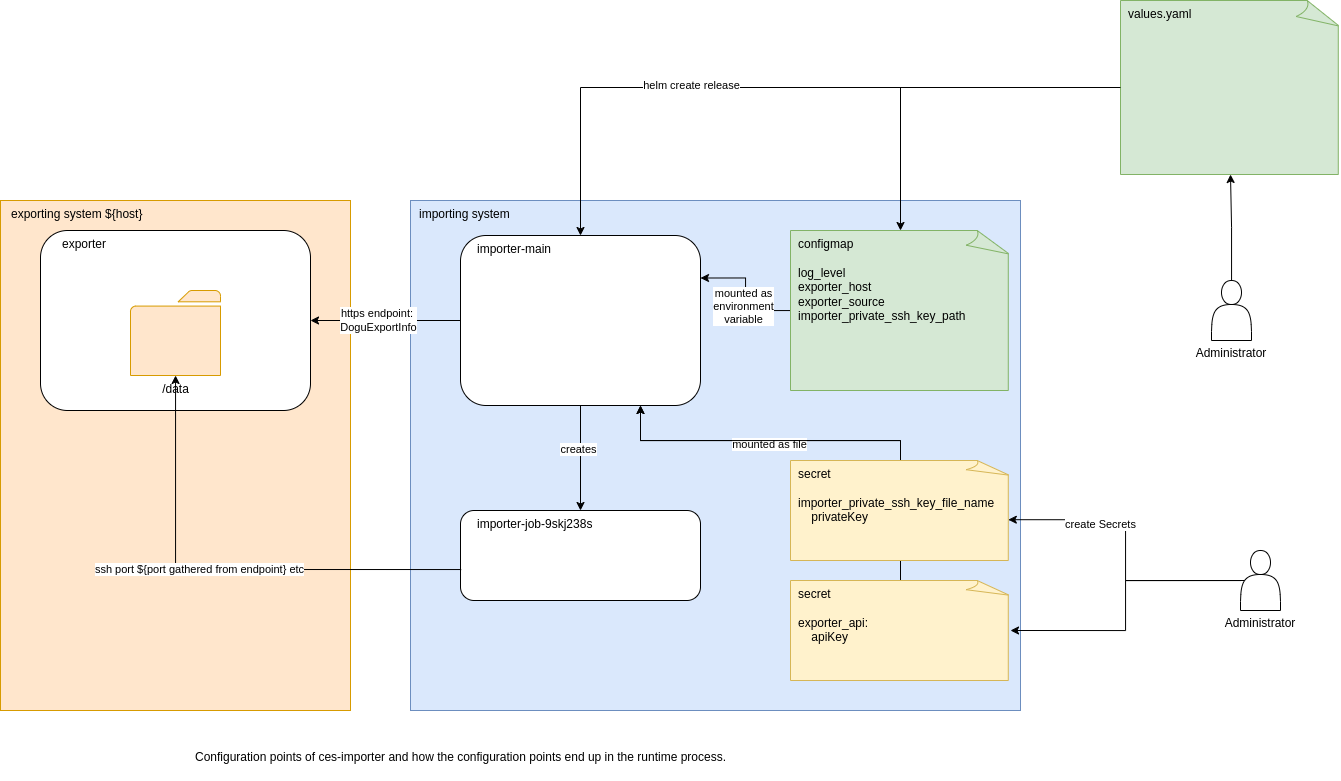
Above: docs/operations/images/ces-importer.drawio.png in cloudogu/ces-importer (draw.io), before the change. Source tidied: cells renumbered, new cells last; positions are measured from the earlier drawing's top-left corner, leaving out a move shared by most shapes.
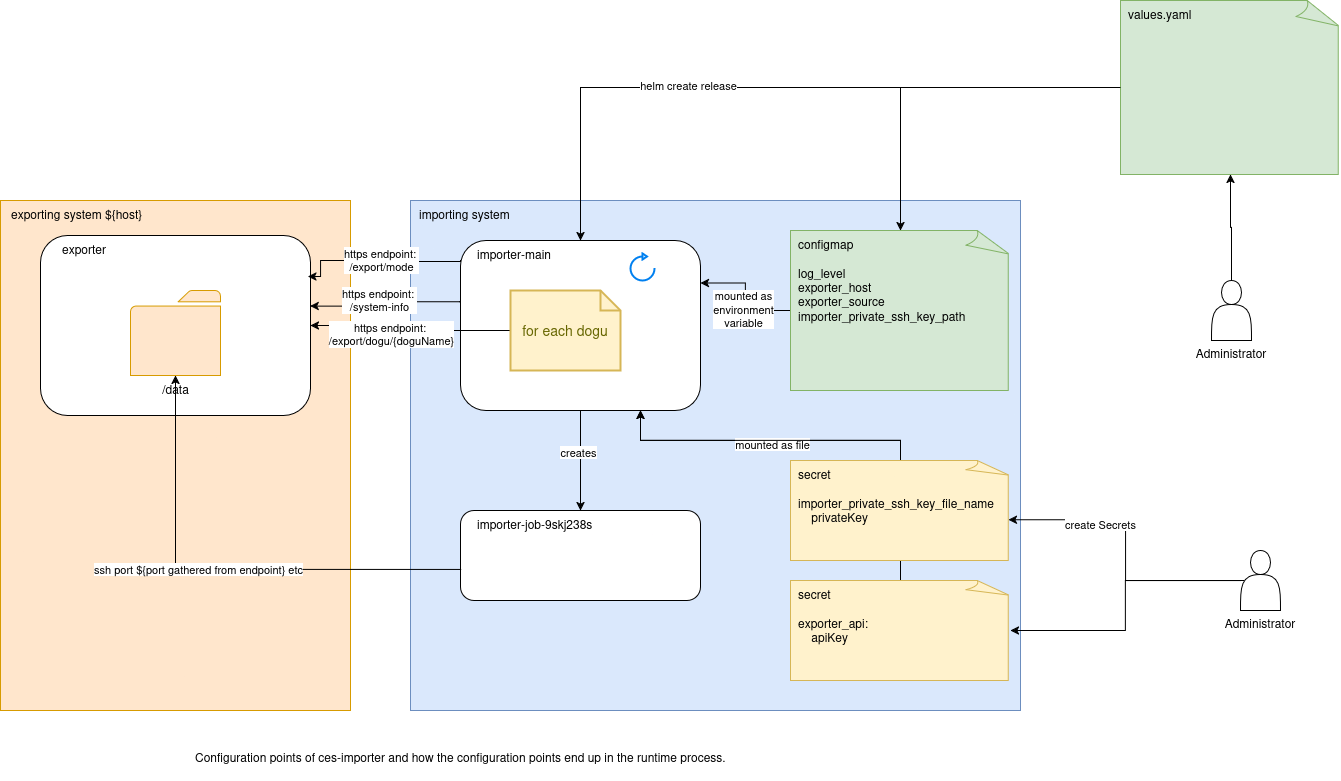
The same file after the commit.

Change to the diagram source:
```diff
@@ -15,19 +15,21 @@
       <mxGeometry x="-0.17" y="-3" relative="1" as="geometry" />
     </mxCell>
     <mxCell id="6" value="importer-main" style="rounded=1;whiteSpace=wrap;html=1;align=left;verticalAlign=top;spacingLeft=15;" parent="1" vertex="1">
-      <mxGeometry x="460" y="235" width="240" height="170" as="geometry" />
+      <mxGeometry x="460" y="240" width="240" height="170" as="geometry" />
     </mxCell>
     <mxCell id="7" value="&lt;div&gt;exporter&lt;/div&gt;" style="rounded=1;whiteSpace=wrap;html=1;shadow=0;align=left;verticalAlign=top;spacingLeft=20;" parent="1" vertex="1">
-      <mxGeometry x="40" y="230" width="270" height="180" as="geometry" />
+      <mxGeometry x="40" y="235" width="270" height="180" as="geometry" />
     </mxCell>
     <mxCell id="8" value="/data" style="sketch=0;shadow=0;dashed=0;html=1;labelPosition=center;verticalLabelPosition=bottom;verticalAlign=top;outlineConnect=0;align=center;shape=mxgraph.office.concepts.folder;fillColor=#ffe6cc;strokeColor=#d79b00;" parent="1" vertex="1">
       <mxGeometry x="130" y="290" width="90" height="85" as="geometry" />
     </mxCell>
-    <mxCell id="9" style="edgeStyle=orthogonalEdgeStyle;rounded=0;jettySize=auto;html=1;exitX=0;exitY=0.5;exitDx=0;exitDy=0;entryX=1;entryY=0.5;entryDx=0;entryDy=0;" parent="1" edge="1" source="6" target="7">
+    <mxCell id="9" style="edgeStyle=orthogonalEdgeStyle;rounded=0;jettySize=auto;html=1;exitX=0;exitY=0.5;exitDx=0;exitDy=0;entryX=1;entryY=0.5;entryDx=0;entryDy=0;exitPerimeter=0;" parent="1" edge="1" source="33" target="7">
       <mxGeometry relative="1" as="geometry" />
     </mxCell>
-    <mxCell id="10" value="&lt;div&gt;https endpoint:&amp;nbsp;&lt;/div&gt;&lt;div&gt;DoguExportInfo&lt;/div&gt;" style="edgeLabel;html=1;align=center;verticalAlign=middle;" parent="9" vertex="1">
-      <mxGeometry x="0.1" y="-1" relative="1" as="geometry" />
+    <mxCell id="10" value="&lt;div&gt;https endpoint:&amp;nbsp;&lt;/div&gt;&lt;div&gt;/export/dogu/{doguName}&lt;/div&gt;" style="edgeLabel;html=1;align=center;verticalAlign=middle;" parent="9" vertex="1">
+      <mxGeometry x="0.1" y="-1" relative="1" as="geometry">
+        <mxPoint x="-13" y="9" as="offset" />
+      </mxGeometry>
     </mxCell>
     <mxCell id="11" value="importer-job-9skj238s" style="rounded=1;whiteSpace=wrap;html=1;align=left;verticalAlign=top;spacingLeft=15;" parent="1" vertex="1">
       <mxGeometry x="460" y="510" width="240" height="90" as="geometry" />
@@ -105,5 +107,36 @@
     <mxCell id="32" value="&lt;div align=&quot;left&quot;&gt;secret&lt;br&gt;&lt;br&gt;&lt;/div&gt;&lt;div align=&quot;left&quot;&gt;importer_private_ssh_key_file_name&lt;/div&gt;&lt;div align=&quot;left&quot;&gt;&amp;nbsp;&amp;nbsp;&amp;nbsp; privateKey&lt;/div&gt;" style="whiteSpace=wrap;html=1;shape=mxgraph.basic.document;align=left;spacingLeft=6;fillColor=#fff2cc;strokeColor=#d6b656;verticalAlign=top;" parent="1" vertex="1">
       <mxGeometry x="790" y="460" width="220" height="100" as="geometry" />
     </mxCell>
+    <mxCell id="33" value="for each dogu" style="shape=note;strokeWidth=2;fontSize=14;size=20;whiteSpace=wrap;html=1;fillColor=#fff2cc;strokeColor=#d6b656;fontColor=#666600;" parent="1" vertex="1">
+      <mxGeometry x="510" y="290" width="110" height="80" as="geometry" />
+    </mxCell>
+    <mxCell id="34" style="edgeStyle=orthogonalEdgeStyle;rounded=0;jettySize=auto;html=1;exitX=0.004;exitY=0.3;exitDx=0;exitDy=0;entryX=0.99;entryY=0.228;entryDx=0;entryDy=0;exitPerimeter=0;entryPerimeter=0;" parent="1" edge="1" target="7">
+      <mxGeometry relative="1" as="geometry">
+        <mxPoint x="460" y="260" as="sourcePoint" />
+        <Array as="points">
+          <mxPoint x="460" y="261" />
+          <mxPoint x="385" y="261" />
+          <mxPoint x="385" y="260" />
+          <mxPoint x="320" y="260" />
+          <mxPoint x="320" y="276" />
+        </Array>
+      </mxGeometry>
+    </mxCell>
+    <mxCell id="35" value="&lt;div&gt;https endpoint:&amp;nbsp;&lt;/div&gt;&lt;div&gt;/export/mode&lt;/div&gt;" style="edgeLabel;html=1;align=center;verticalAlign=middle;" parent="34" vertex="1">
+      <mxGeometry x="0.1" y="-1" relative="1" as="geometry">
+        <mxPoint x="12" as="offset" />
+      </mxGeometry>
+    </mxCell>
+    <mxCell id="36" style="edgeStyle=orthogonalEdgeStyle;rounded=0;jettySize=auto;html=1;exitX=-0.002;exitY=0.36;exitDx=0;exitDy=0;entryX=0.999;entryY=0.392;entryDx=0;entryDy=0;exitPerimeter=0;entryPerimeter=0;" parent="1" edge="1" source="6" target="7">
+      <mxGeometry relative="1" as="geometry" />
+    </mxCell>
+    <mxCell id="37" value="&lt;div&gt;https endpoint:&amp;nbsp;&lt;/div&gt;&lt;div&gt;/system-info&lt;/div&gt;" style="edgeLabel;html=1;align=center;verticalAlign=middle;" parent="36" vertex="1">
+      <mxGeometry x="0.1" y="-1" relative="1" as="geometry">
+        <mxPoint y="-5" as="offset" />
+      </mxGeometry>
+    </mxCell>
+    <mxCell id="38" style="html=1;verticalLabelPosition=bottom;align=center;labelBackgroundColor=#ffffff;verticalAlign=top;strokeWidth=2;strokeColor=#0080F0;shadow=0;dashed=0;shape=mxgraph.ios7.icons.reload;" parent="1" vertex="1">
+      <mxGeometry x="630" y="253" width="24" height="27" as="geometry" />
+    </mxCell>
   </root>
 </mxGraphModel>
```
